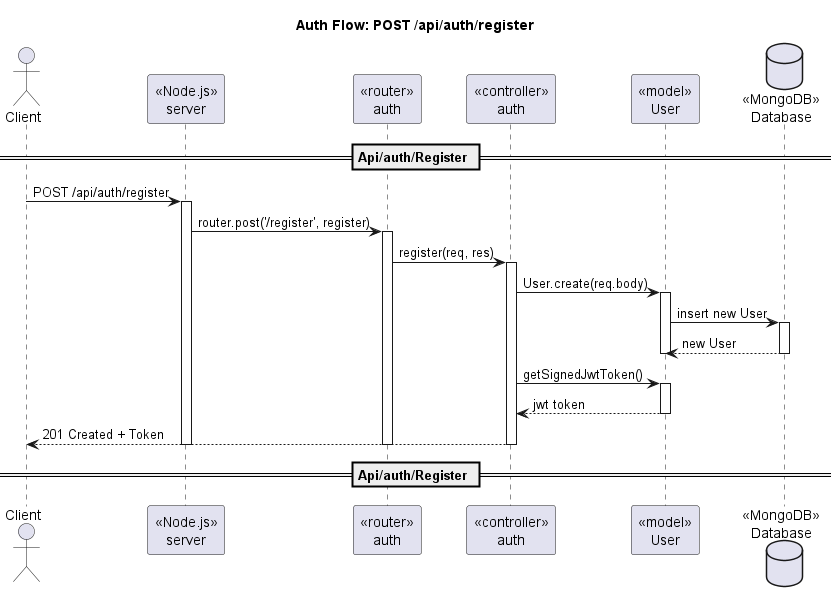
Above: out/docs/diagram/sequence/seq_auth_register_post.png in 098ff/ArtmaybeDEV (PlantUML), before the change. Its diagram source:
```plantuml
@startuml
title Auth Flow: POST /api/auth/register
actor Client
participant "«Node.js»\nserver" as Server
participant "«router»\nauth" as Router
participant "«controller»\nauth" as Ctrl
participant "«model»\nUser" as UserModel
database "«MongoDB»\nDatabase" as DB

== Api/auth/Register ==
Client -> Server : POST /api/auth/register
activate Server
Server -> Router : router.post('/register', register)
activate Router
Router -> Ctrl : register(req, res)
activate Ctrl
Ctrl -> UserModel : User.create(req.body)
activate UserModel
UserModel -> DB : insert new User
activate DB
DB --> UserModel : new User
deactivate DB
deactivate UserModel
Ctrl -> UserModel : getSignedJwtToken()
activate UserModel
UserModel --> Ctrl : jwt token
deactivate UserModel
Ctrl --> Client : 201 Created + Token
deactivate Ctrl
deactivate Router
deactivate Server
== Api/auth/Register ==
@enduml
```
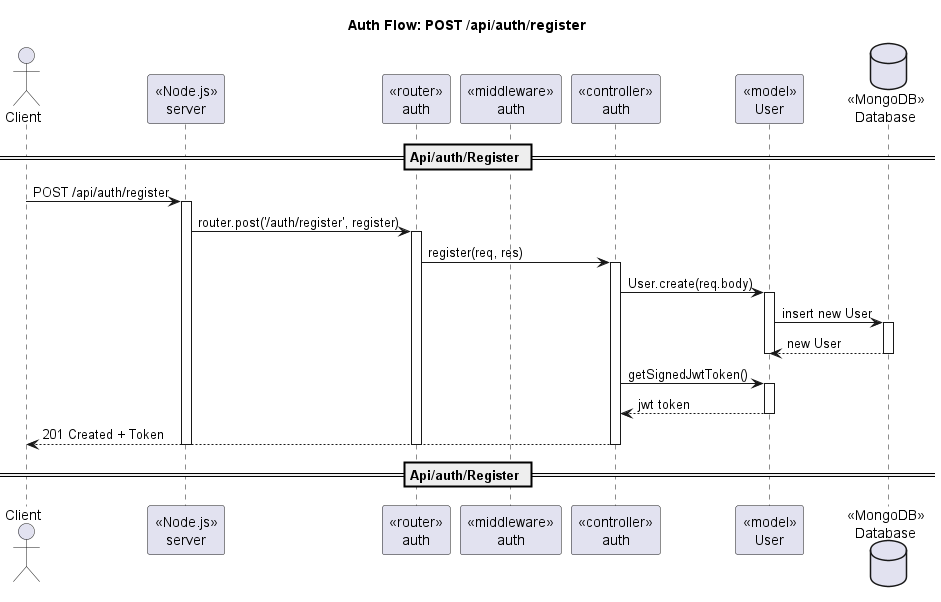
Above is the later version.

What changed in the source:
```diff
@@ -3,6 +3,7 @@
 actor Client
 participant "«Node.js»\nserver" as Server
 participant "«router»\nauth" as Router
+participant "«middleware»\nauth" as AuthMW
 participant "«controller»\nauth" as Ctrl
 participant "«model»\nUser" as UserModel
 database "«MongoDB»\nDatabase" as DB
@@ -10,7 +11,7 @@
 == Api/auth/Register ==
 Client -> Server : POST /api/auth/register
 activate Server
-Server -> Router : router.post('/register', register)
+Server -> Router : router.post('/auth/register', register)
 activate Router
 Router -> Ctrl : register(req, res)
 activate Ctrl
```
